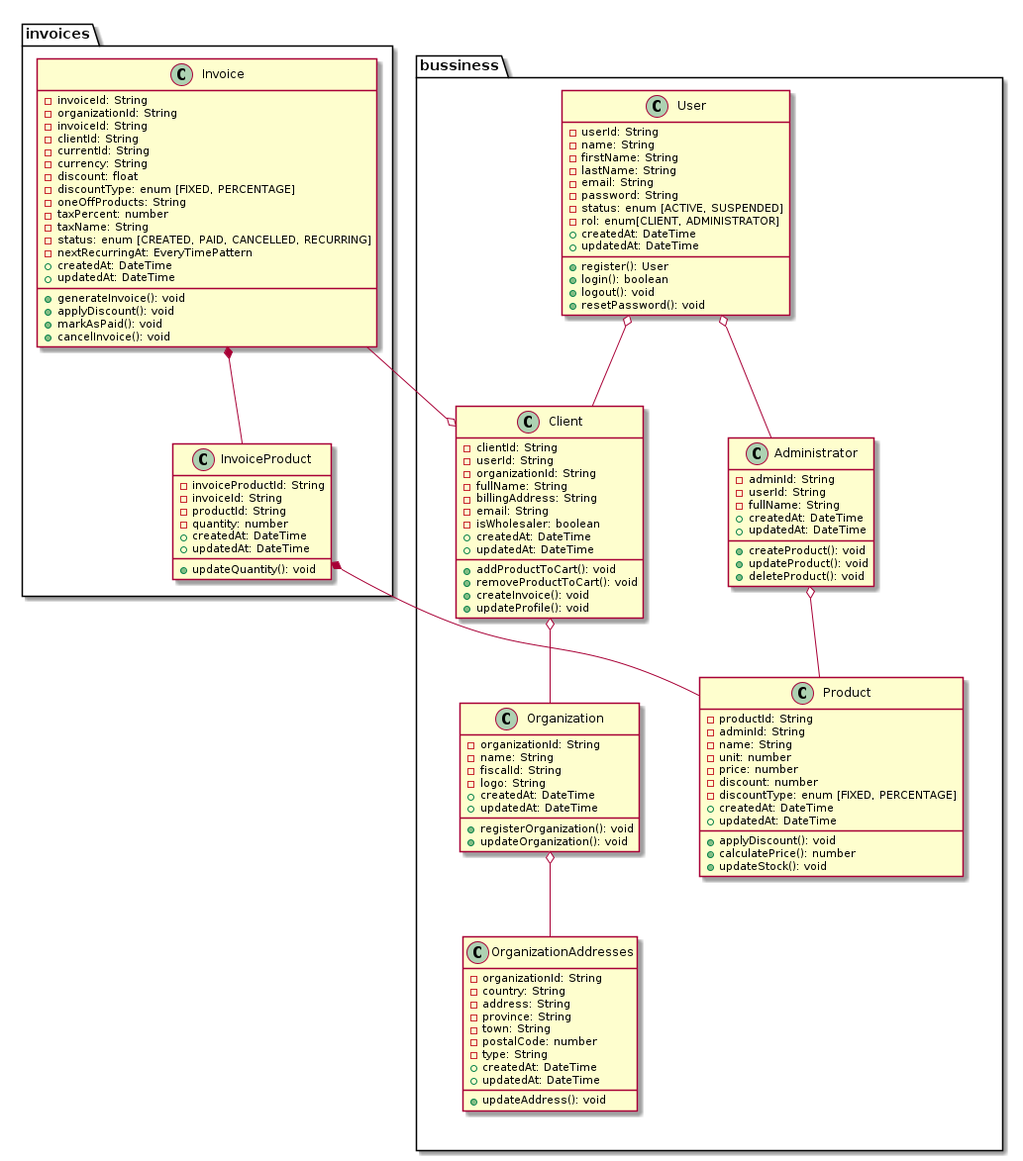
DanielGonzlez/TFG keeps this PlantUML diagram as docs/class-diagram.png. Above is the earlier version.
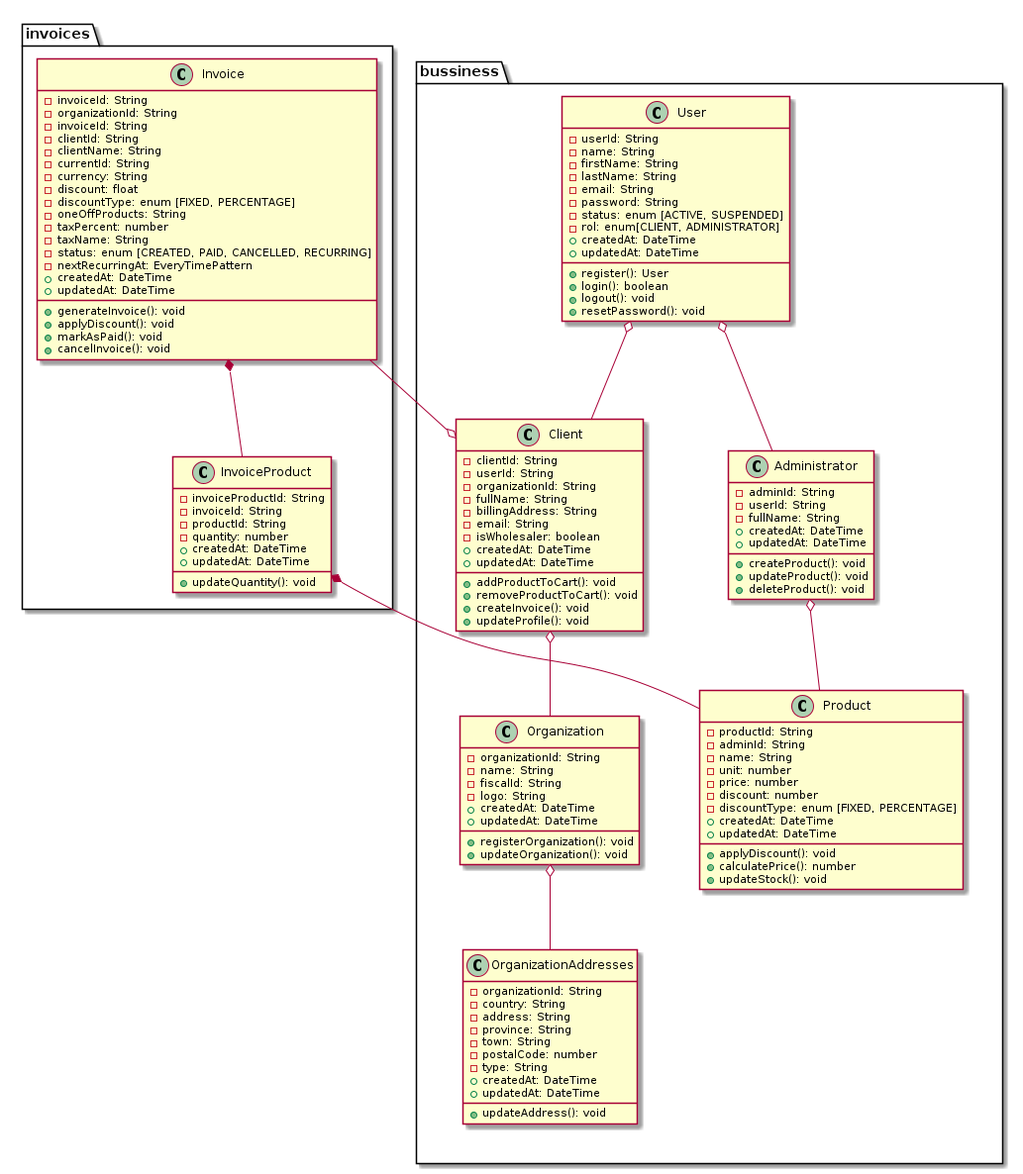
After the change.

Commit message:
feat: added atribute clientName in invoice

Diff of the diagram source:
```diff
@@ -111,6 +111,7 @@
         - organizationId: String
         - invoiceId: String
         - clientId: String
+        - clientName: String
         - currentId: String
         - currency: String
         - discount: float
```
